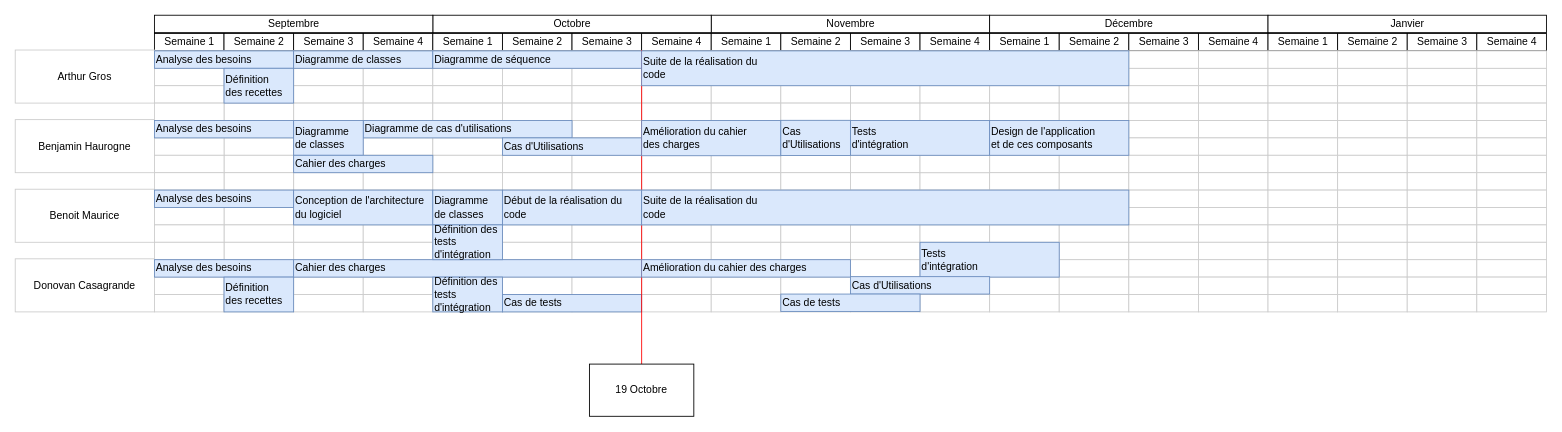
The draw.io diagram Gantt.drawio in BMaurice56/Tamagotchi, before the edit. Source tidied: cells renumbered, new cells numbered last; positions are measured from the earlier drawing's top-left corner, leaving out a move shared by most shapes. Both pictures are drawn from the tidied source at 87%, with x=0, y=0 at pixel (15, 15).
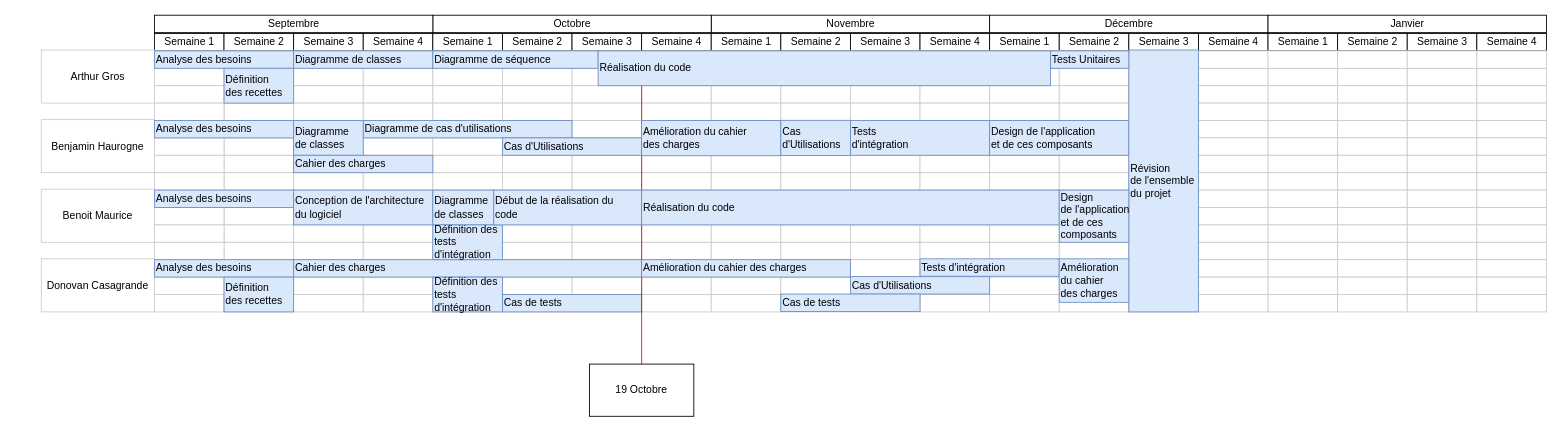
The same page after the edit.

Commit message:
Mettre à jour Gantt.drawio

Diff of the diagram source:
```diff
@@
     <mxCell id="8" value="Arthur Gros" style="whiteSpace=wrap;html=1;align=center;strokeColor=#CCCCCC;" parent="1" vertex="1">
-      <mxGeometry y="40" width="160" height="61" as="geometry" />
+      <mxGeometry x="30" y="40" width="130" height="61" as="geometry" />
     </mxCell>
     <mxCell id="9" value="Benjamin Haurogne" style="whiteSpace=wrap;html=1;align=center;strokeColor=#CCCCCC;" parent="1" vertex="1">
-      <mxGeometry y="120" width="160" height="61" as="geometry" />
+      <mxGeometry x="30" y="120" width="130" height="61" as="geometry" />
     </mxCell>
     <mxCell id="10" value="Benoit Maurice" style="whiteSpace=wrap;html=1;align=center;strokeColor=#CCCCCC;" parent="1" vertex="1">
-      <mxGeometry y="200" width="160" height="61" as="geometry" />
+      <mxGeometry x="30" y="200" width="130" height="61" as="geometry" />
     </mxCell>
     <mxCell id="11" value="Donovan Casagrande" style="whiteSpace=wrap;html=1;align=center;strokeColor=#CCCCCC;" parent="1" vertex="1">
-      <mxGeometry y="280" width="160" height="61" as="geometry" />
+      <mxGeometry x="30" y="280" width="130" height="61" as="geometry" />
     </mxCell>
@@
     <mxCell id="343" value="Diagramme de séquence" style="align=left;strokeColor=#6c8ebf;html=1;fillColor=#dae8fc;" parent="1" vertex="1">
-      <mxGeometry x="480" y="41" width="240" height="20" as="geometry" />
+      <mxGeometry x="480" y="41" width="190" height="20" as="geometry" />
     </mxCell>
     <mxCell id="344" value="Diagramme &lt;br&gt;de classes" style="align=left;strokeColor=#6c8ebf;html=1;fillColor=#dae8fc;" parent="1" vertex="1">
-      <mxGeometry x="480" y="201" width="80" height="40" as="geometry" />
+      <mxGeometry x="480" y="201" width="70" height="40" as="geometry" />
     </mxCell>
@@
     <mxCell id="348" value="Début de la réalisation du &lt;br&gt;code" style="align=left;strokeColor=#6c8ebf;html=1;fillColor=#dae8fc;" parent="1" vertex="1">
-      <mxGeometry x="560" y="201" width="160" height="40" as="geometry" />
+      <mxGeometry x="550" y="201" width="170" height="40" as="geometry" />
     </mxCell>
@@
-    <mxCell id="350" value="Suite de la réalisation du &lt;br&gt;code" style="align=left;strokeColor=#6c8ebf;html=1;fillColor=#dae8fc;" parent="1" vertex="1">
-      <mxGeometry x="720" y="201" width="560" height="40" as="geometry" />
+    <mxCell id="350" value="Réalisation du code" style="align=left;strokeColor=#6c8ebf;html=1;fillColor=#dae8fc;" parent="1" vertex="1">
+      <mxGeometry x="720" y="201" width="480" height="40" as="geometry" />
     </mxCell>
-    <mxCell id="351" value="Suite de la réalisation du &lt;br&gt;code" style="align=left;strokeColor=#6c8ebf;html=1;fillColor=#dae8fc;" parent="1" vertex="1">
-      <mxGeometry x="720" y="41" width="560" height="40" as="geometry" />
+    <mxCell id="351" value="Réalisation du code" style="align=left;strokeColor=#6c8ebf;html=1;fillColor=#dae8fc;" parent="1" vertex="1">
+      <mxGeometry x="670" y="41" width="520" height="40" as="geometry" />
     </mxCell>
@@
-    <mxCell id="356" value="Tests&lt;br&gt;d'intégration" style="align=left;strokeColor=#6c8ebf;html=1;fillColor=#dae8fc;" parent="1" vertex="1">
-      <mxGeometry x="1040" y="261" width="160" height="40" as="geometry" />
+    <mxCell id="356" value="Tests d'intégration" style="align=left;strokeColor=#6c8ebf;html=1;fillColor=#dae8fc;" parent="1" vertex="1">
+      <mxGeometry x="1040" y="280" width="160" height="20" as="geometry" />
     </mxCell>
@@
+    <mxCell id="362" value="Révision&lt;br&gt;de l'ensemble&lt;br&gt;du projet" style="align=left;strokeColor=#6c8ebf;html=1;fillColor=#dae8fc;" parent="1" vertex="1">
+      <mxGeometry x="1280" y="40" width="80" height="301" as="geometry" />
+    </mxCell>
+    <mxCell id="363" value="Design&lt;br&gt;de l'application&lt;br&gt;et de ces&lt;br&gt;composants" style="align=left;strokeColor=#6c8ebf;html=1;fillColor=#dae8fc;" parent="1" vertex="1">
+      <mxGeometry x="1200" y="201" width="80" height="60" as="geometry" />
+    </mxCell>
+    <mxCell id="364" value="Tests Unitaires" style="align=left;strokeColor=#6c8ebf;html=1;fillColor=#dae8fc;" parent="1" vertex="1">
+      <mxGeometry x="1190" y="41" width="90" height="20" as="geometry" />
+    </mxCell>
+    <mxCell id="365" value="Amélioration&lt;br&gt;du cahier&lt;br&gt;des charges" style="align=left;strokeColor=#6c8ebf;html=1;fillColor=#dae8fc;" parent="1" vertex="1">
+      <mxGeometry x="1200" y="280" width="80" height="50" as="geometry" />
+    </mxCell>
```
